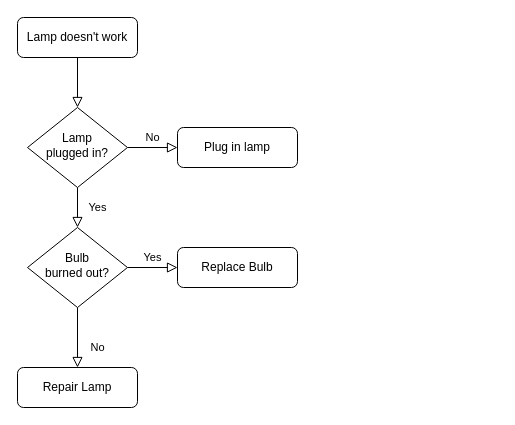
This is Untitled Diagram.drawio from Junhao20/5600_midterm, a draw.io file, before an edit. Source tidied: cells renumbered, new cells numbered last; positions are measured from the earlier drawing's top-left corner, leaving out a move shared by most shapes. Both pictures are drawn from the tidied source at 100%, with x=0, y=0 at pixel (17, 17).
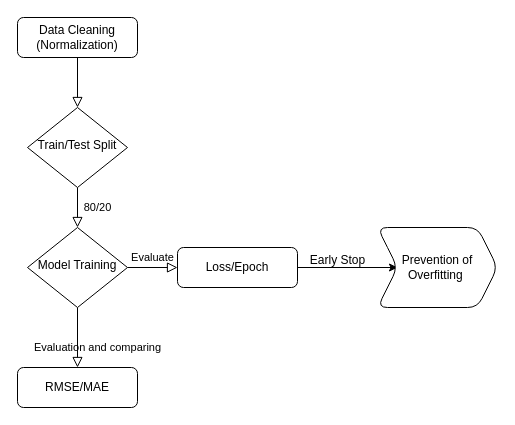
The same page after the edit.

The edit, as a diff of the source:
```diff
@@
 <mxGraphModel>
   <root>
     <mxCell id="0" />
     <mxCell id="1" parent="0" />
     <mxCell id="2" style="rounded=0;html=1;jettySize=auto;fontSize=11;endArrow=block;endFill=0;endSize=8;strokeWidth=1;shadow=0;labelBackgroundColor=none;edgeStyle=orthogonalEdgeStyle;" parent="1" edge="1" source="3" target="6">
       <mxGeometry relative="1" as="geometry" />
     </mxCell>
-    <mxCell id="3" value="Lamp doesn't work" style="rounded=1;whiteSpace=wrap;html=1;fontSize=12;glass=0;strokeWidth=1;shadow=0;" parent="1" vertex="1">
+    <mxCell id="3" value="Data Cleaning (Normalization)" style="rounded=1;whiteSpace=wrap;html=1;fontSize=12;glass=0;strokeWidth=1;shadow=0;" parent="1" vertex="1">
       <mxGeometry width="120" height="40" as="geometry" />
     </mxCell>
-    <mxCell id="4" value="Yes" style="rounded=0;html=1;jettySize=auto;fontSize=11;endArrow=block;endFill=0;endSize=8;strokeWidth=1;shadow=0;labelBackgroundColor=none;edgeStyle=orthogonalEdgeStyle;" parent="1" edge="1" source="6" target="10">
+    <mxCell id="4" value="80/20" style="rounded=0;html=1;jettySize=auto;fontSize=11;endArrow=block;endFill=0;endSize=8;strokeWidth=1;shadow=0;labelBackgroundColor=none;edgeStyle=orthogonalEdgeStyle;" parent="1" edge="1" source="6" target="10">
       <mxGeometry y="20" relative="1" as="geometry" />
     </mxCell>
-    <mxCell id="5" value="No" style="edgeStyle=orthogonalEdgeStyle;rounded=0;html=1;jettySize=auto;fontSize=11;endArrow=block;endFill=0;endSize=8;strokeWidth=1;shadow=0;labelBackgroundColor=none;" parent="1" edge="1" source="6" target="7">
-      <mxGeometry y="10" relative="1" as="geometry" />
-    </mxCell>
-    <mxCell id="6" value="Lamp&lt;br&gt;plugged in?" style="rhombus;whiteSpace=wrap;html=1;shadow=0;fontFamily=Helvetica;fontSize=12;align=center;strokeWidth=1;spacing=6;spacingTop=-4;" parent="1" vertex="1">
+    <mxCell id="6" value="Train/Test Split" style="rhombus;whiteSpace=wrap;html=1;shadow=0;fontFamily=Helvetica;fontSize=12;align=center;strokeWidth=1;spacing=6;spacingTop=-4;" parent="1" vertex="1">
       <mxGeometry x="10" y="90" width="100" height="80" as="geometry" />
     </mxCell>
-    <mxCell id="7" value="Plug in lamp" style="rounded=1;whiteSpace=wrap;html=1;fontSize=12;glass=0;strokeWidth=1;shadow=0;" parent="1" vertex="1">
-      <mxGeometry x="160" y="110" width="120" height="40" as="geometry" />
-    </mxCell>
-    <mxCell id="8" value="No" style="rounded=0;html=1;jettySize=auto;fontSize=11;endArrow=block;endFill=0;endSize=8;strokeWidth=1;shadow=0;labelBackgroundColor=none;edgeStyle=orthogonalEdgeStyle;" parent="1" edge="1" source="10" target="11">
+    <mxCell id="8" value="Evaluation and comparing" style="rounded=0;html=1;jettySize=auto;fontSize=11;endArrow=block;endFill=0;endSize=8;strokeWidth=1;shadow=0;labelBackgroundColor=none;edgeStyle=orthogonalEdgeStyle;" parent="1" edge="1" source="10" target="11">
       <mxGeometry x="0.33" y="20" relative="1" as="geometry" />
     </mxCell>
-    <mxCell id="9" value="Yes" style="edgeStyle=orthogonalEdgeStyle;rounded=0;html=1;jettySize=auto;fontSize=11;endArrow=block;endFill=0;endSize=8;strokeWidth=1;shadow=0;labelBackgroundColor=none;" parent="1" edge="1" source="10" target="12">
+    <mxCell id="9" value="Evaluate" style="edgeStyle=orthogonalEdgeStyle;rounded=0;html=1;jettySize=auto;fontSize=11;endArrow=block;endFill=0;endSize=8;strokeWidth=1;shadow=0;labelBackgroundColor=none;" parent="1" edge="1" source="10" target="12">
       <mxGeometry y="10" relative="1" as="geometry" />
     </mxCell>
-    <mxCell id="10" value="Bulb&lt;br&gt;burned out?" style="rhombus;whiteSpace=wrap;html=1;shadow=0;fontFamily=Helvetica;fontSize=12;align=center;strokeWidth=1;spacing=6;spacingTop=-4;" parent="1" vertex="1">
+    <mxCell id="10" value="Model Training" style="rhombus;whiteSpace=wrap;html=1;shadow=0;fontFamily=Helvetica;fontSize=12;align=center;strokeWidth=1;spacing=6;spacingTop=-4;" parent="1" vertex="1">
       <mxGeometry x="10" y="210" width="100" height="80" as="geometry" />
     </mxCell>
-    <mxCell id="11" value="Repair Lamp" style="rounded=1;whiteSpace=wrap;html=1;fontSize=12;glass=0;strokeWidth=1;shadow=0;" parent="1" vertex="1">
+    <mxCell id="11" value="RMSE/MAE" style="rounded=1;whiteSpace=wrap;html=1;fontSize=12;glass=0;strokeWidth=1;shadow=0;" parent="1" vertex="1">
       <mxGeometry y="350" width="120" height="40" as="geometry" />
     </mxCell>
+    <mxCell id="13" style="edgeStyle=orthogonalEdgeStyle;rounded=0;jettySize=auto;html=1;" parent="1" edge="1" source="12" target="14">
+      <mxGeometry relative="1" as="geometry" />
+    </mxCell>
-    <mxCell id="12" value="Replace Bulb" style="rounded=1;whiteSpace=wrap;html=1;fontSize=12;glass=0;strokeWidth=1;shadow=0;" parent="1" vertex="1">
+    <mxCell id="12" value="Loss/Epoch" style="rounded=1;whiteSpace=wrap;html=1;fontSize=12;glass=0;strokeWidth=1;shadow=0;" parent="1" vertex="1">
       <mxGeometry x="160" y="230" width="120" height="40" as="geometry" />
     </mxCell>
+    <mxCell id="14" value="Prevention of Overfitting&amp;nbsp;" style="shape=step;perimeter=stepPerimeter;whiteSpace=wrap;html=1;fixedSize=1;rounded=1;glass=0;strokeWidth=1;shadow=0;" parent="1" vertex="1">
+      <mxGeometry x="360" y="210" width="120" height="80" as="geometry" />
+    </mxCell>
+    <mxCell id="15" value="Early Stop" style="text;html=1;align=center;verticalAlign=middle;strokeColor=none;fillColor=none;" parent="1" vertex="1">
+      <mxGeometry x="280" y="228" width="80" height="30" as="geometry" />
+    </mxCell>
   </root>
 </mxGraphModel>
```
